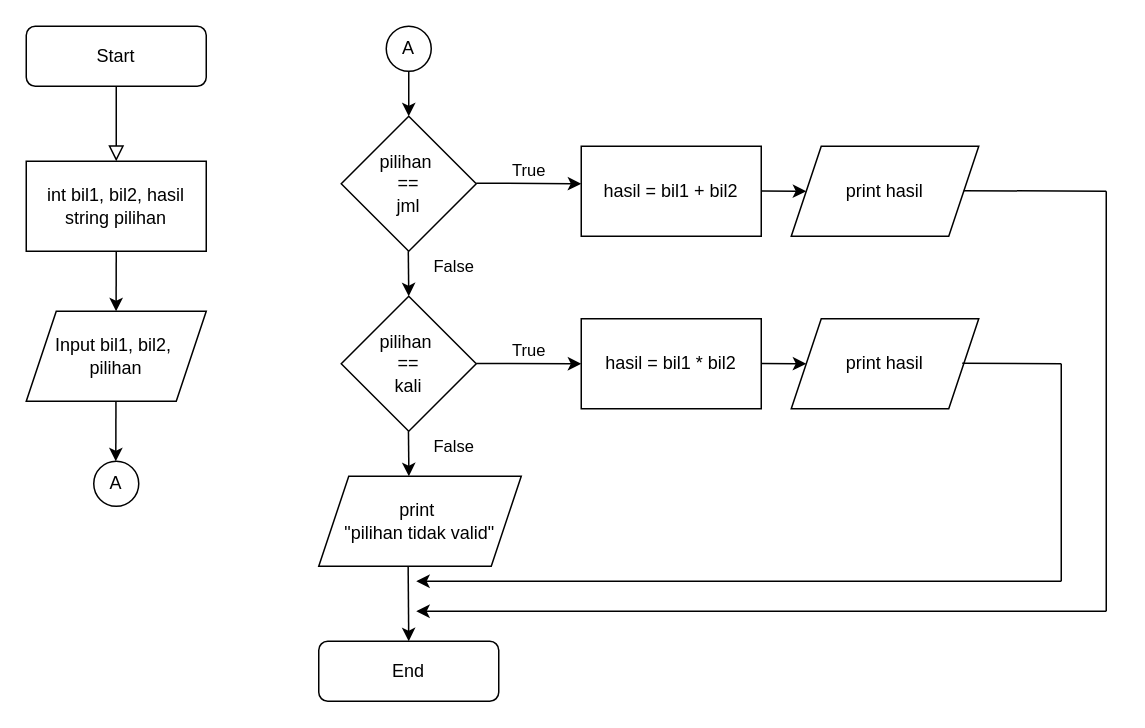
Above: Pemrograman/Flowchart/Flowchart 2 Bilangan.drawio in ArisHengkerPro/PENS (draw.io), before the change. Source tidied: cells renumbered, new cells numbered last; positions are measured from the earlier drawing's top-left corner, leaving out a move shared by most shapes. Both pictures are drawn from the tidied source at 150%, with x=0, y=0 at pixel (26, 26).
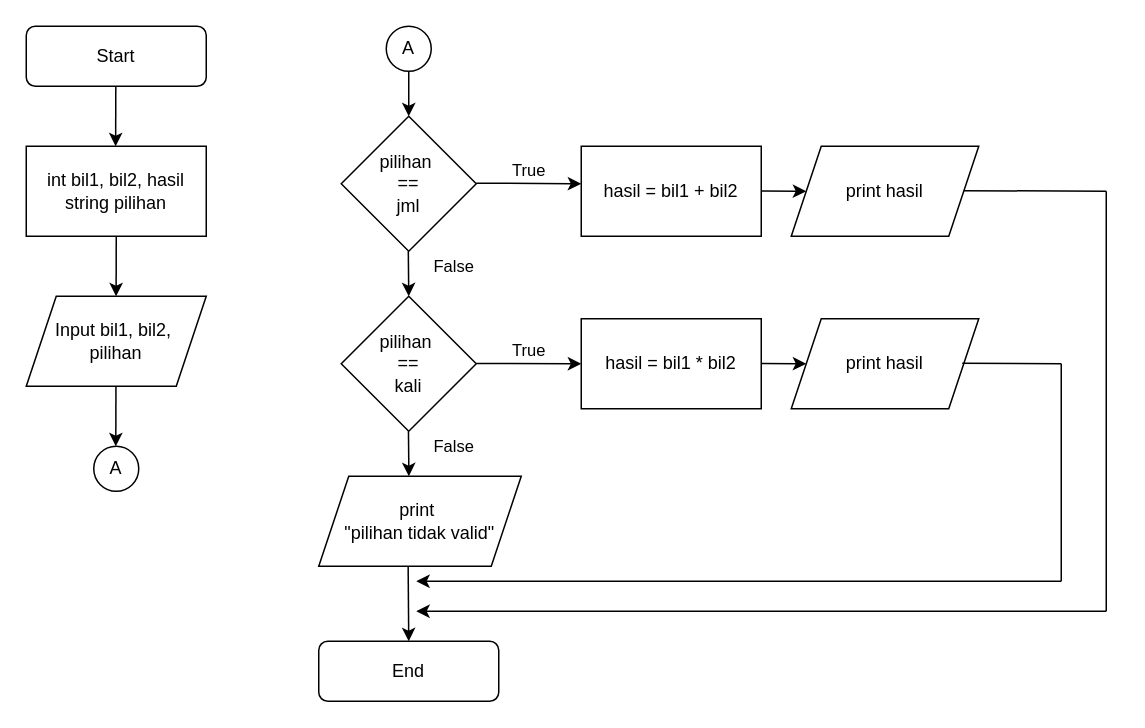
Above is the later version.

Unchanged cells that the change refers to:
```xml
<mxCell id="3" value="Start" style="rounded=1;whiteSpace=wrap;html=1;fontSize=12;glass=0;strokeWidth=1;shadow=0;" parent="1" vertex="1">
  <mxGeometry width="120" height="40" as="geometry" />
</mxCell>
```

The edit, as a diff of the source:
```diff
@@
-    <mxCell id="2" style="rounded=0;html=1;jettySize=auto;fontSize=11;endArrow=block;endFill=0;endSize=8;strokeWidth=1;shadow=0;labelBackgroundColor=none;edgeStyle=orthogonalEdgeStyle;" parent="1" edge="1" source="3">
-      <mxGeometry relative="1" as="geometry">
-        <mxPoint x="60" y="90" as="targetPoint" />
-      </mxGeometry>
-    </mxCell>
@@
     <mxCell id="4" value="int bil1, bil2, hasil&lt;br&gt;string pilihan" style="rounded=0;whiteSpace=wrap;html=1;" parent="1" vertex="1">
-      <mxGeometry y="90" width="120" height="60" as="geometry" />
+      <mxGeometry y="80" width="120" height="60" as="geometry" />
     </mxCell>
     <mxCell id="5" value="Input bil1, bil2,&amp;nbsp;&lt;br&gt;pilihan" style="shape=parallelogram;perimeter=parallelogramPerimeter;whiteSpace=wrap;html=1;fixedSize=1;" parent="1" vertex="1">
-      <mxGeometry y="190" width="120" height="60" as="geometry" />
+      <mxGeometry y="180" width="120" height="60" as="geometry" />
     </mxCell>
     <mxCell id="6" style="endArrow=classic;html=1;" parent="1" edge="1">
       <mxGeometry relative="1" as="geometry">
-        <mxPoint x="60" y="150" as="sourcePoint" />
-        <mxPoint x="59.9" y="190" as="targetPoint" />
+        <mxPoint x="60" y="140" as="sourcePoint" />
+        <mxPoint x="59.9" y="180" as="targetPoint" />
       </mxGeometry>
     </mxCell>
@@
     <mxCell id="9" style="endArrow=classic;html=1;" parent="1" edge="1">
       <mxGeometry relative="1" as="geometry">
-        <mxPoint x="59.8" y="250" as="sourcePoint" />
-        <mxPoint x="59.7" y="290" as="targetPoint" />
+        <mxPoint x="59.8" y="240" as="sourcePoint" />
+        <mxPoint x="59.7" y="280" as="targetPoint" />
       </mxGeometry>
     </mxCell>
@@
     <mxCell id="13" value="A" style="ellipse;whiteSpace=wrap;html=1;" parent="1" vertex="1">
-      <mxGeometry x="45" y="290" width="30" height="30" as="geometry" />
+      <mxGeometry x="45" y="280" width="30" height="30" as="geometry" />
     </mxCell>
@@
+    <mxCell id="32" style="endArrow=classic;html=1;" parent="1" edge="1">
+      <mxGeometry relative="1" as="geometry">
+        <mxPoint x="59.7" y="40" as="sourcePoint" />
+        <mxPoint x="59.6" y="80" as="targetPoint" />
+      </mxGeometry>
+    </mxCell>
```
